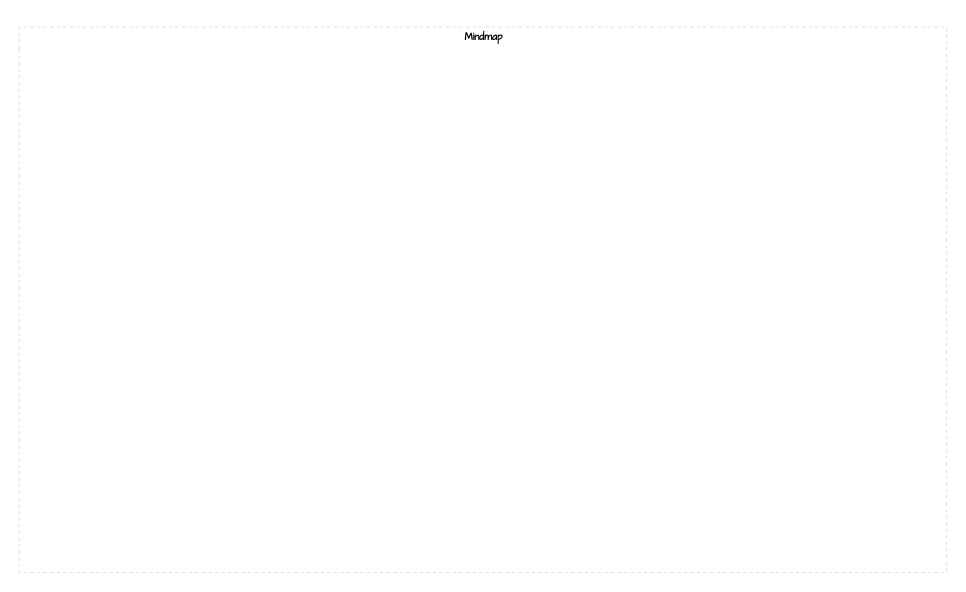
The draw.io diagram 99.drawio in wulihuawuqia/draw, before the edit. Source tidied: cells renumbered, new cells numbered last; positions are measured from the earlier drawing's top-left corner, leaving out a move shared by most shapes. Both pictures are drawn from the tidied source at 110%, with x=0, y=0 at pixel (19, 26). Pictures stored in the file or linked from it are replaced by grey dashed boxes.
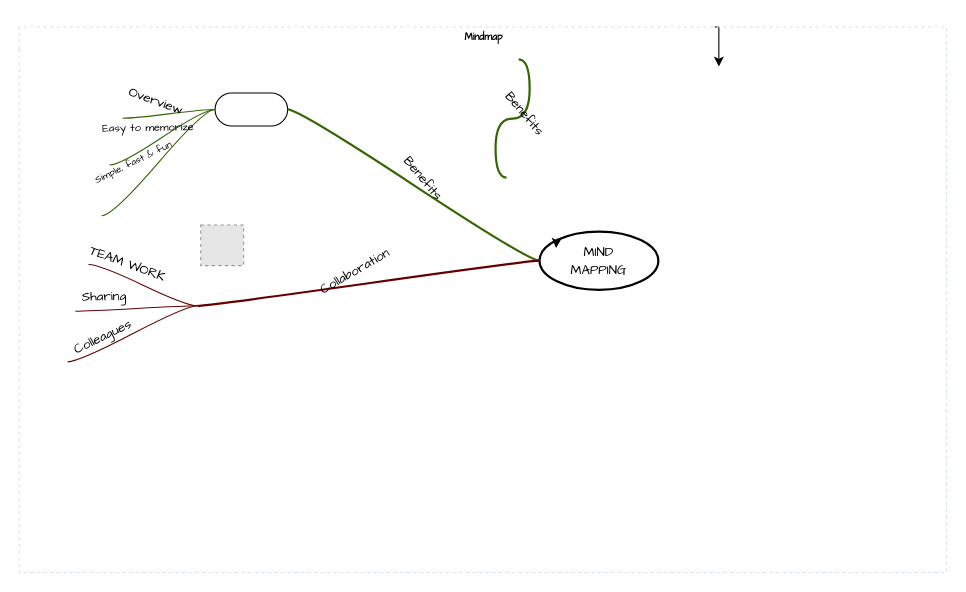
The same page after the edit.

Unchanged cells that the change refers to:
```xml
<mxCell id="2" value="Mindmap" style="swimlane;html=1;startSize=20;horizontal=1;containerType=tree;labelBackgroundColor=none;strokeColor=#D4E1F5;strokeWidth=1;fillColor=none;fontFamily=Comic Sans MS;fontSize=9;swimlaneLine=0;dashed=1;" parent="1" vertex="1">
  <mxGeometry width="843" height="496" as="geometry" />
</mxCell>
```

Diff of the diagram source:
```diff
@@
+    <mxCell id="4" style="edgeStyle=orthogonalEdgeStyle;rounded=0;jettySize=auto;html=1;exitX=0.75;exitY=0;exitDx=0;exitDy=0;" parent="1" edge="1" source="2">
+      <mxGeometry relative="1" as="geometry">
+        <mxPoint x="636" y="36" as="targetPoint" />
+      </mxGeometry>
+    </mxCell>
@@
+    <mxCell id="5" value="&lt;font face=&quot;Comic Sans MS&quot;&gt;MIND&lt;br&gt;MAPPING&lt;/font&gt;" style="ellipse;whiteSpace=wrap;html=1;align=center;strokeWidth=2;" parent="2" vertex="1">
+      <mxGeometry x="473" y="186" width="108" height="53" as="geometry" />
+    </mxCell>
+    <mxCell id="6" value="&lt;span style=&quot;white-space: pre;&quot;&gt;&#9;&lt;/span&gt;" style="whiteSpace=wrap;html=1;rounded=1;arcSize=50;align=center;verticalAlign=middle;strokeWidth=1;spacing=4;" parent="2" vertex="1">
+      <mxGeometry x="178" y="60" width="66" height="30" as="geometry" />
+    </mxCell>
+    <mxCell id="7" style="edgeStyle=entityRelationEdgeStyle;startArrow=none;endArrow=none;segment=10;curved=1;strokeWidth=2;strokeColor=#336600;rounded=0;fontSize=12;startSize=8;endSize=8;" parent="2" edge="1" source="5" target="6">
+      <mxGeometry relative="1" as="geometry" />
+    </mxCell>
+    <mxCell id="8" value="Benefits" style="text;html=1;align=center;verticalAlign=middle;labelBackgroundColor=none;rotation=50;fontFamily=Comic Sans MS;" parent="7" vertex="1">
+      <mxGeometry x="0.02" y="2" relative="1" as="geometry">
+        <mxPoint x="12" y="-7" as="offset" />
+      </mxGeometry>
+    </mxCell>
+    <mxCell id="9" style="whiteSpace=wrap;html=1;rounded=1;arcSize=50;align=center;verticalAlign=middle;strokeWidth=1;spacing=4;" parent="2" vertex="1">
+      <mxGeometry x="75" y="171" height="1" as="geometry" />
+    </mxCell>
+    <mxCell id="10" style="edgeStyle=entityRelationEdgeStyle;startArrow=none;endArrow=none;segment=10;curved=1;strokeColor=#336600;rounded=0;fontSize=12;startSize=8;endSize=8;" parent="2" edge="1" source="6" target="9">
+      <mxGeometry relative="1" as="geometry" />
+    </mxCell>
+    <mxCell id="11" value="Simple, fast &amp;amp; fun" style="text;html=1;align=center;verticalAlign=middle;labelBackgroundColor=none;fontFamily=Comic Sans MS;rotation=-26;fontSize=9;" parent="10" vertex="1">
+      <mxGeometry x="-0.11" y="-1" relative="1" as="geometry">
+        <mxPoint x="-27" y="7" as="offset" />
+      </mxGeometry>
+    </mxCell>
+    <mxCell id="12" style="whiteSpace=wrap;html=1;rounded=1;arcSize=50;align=center;verticalAlign=middle;strokeWidth=1;spacing=4;" parent="2" vertex="1">
+      <mxGeometry x="82" y="125" height="1" as="geometry" />
+    </mxCell>
+    <mxCell id="13" style="edgeStyle=entityRelationEdgeStyle;startArrow=none;endArrow=none;segment=10;curved=1;strokeColor=#336600;rounded=0;fontSize=12;startSize=8;endSize=8;" parent="2" edge="1" source="6" target="12">
+      <mxGeometry relative="1" as="geometry" />
+    </mxCell>
+    <mxCell id="14" value="Easy to memorize" style="text;html=1;align=center;verticalAlign=middle;labelBackgroundColor=none;fontFamily=Comic Sans MS;rotation=-1;fontSize=10;" parent="13" vertex="1">
+      <mxGeometry x="-0.11" y="-1" relative="1" as="geometry">
+        <mxPoint x="-18" y="-6" as="offset" />
+      </mxGeometry>
+    </mxCell>
+    <mxCell id="15" style="whiteSpace=wrap;html=1;rounded=1;arcSize=50;align=center;verticalAlign=middle;strokeWidth=1;spacing=4;" parent="2" vertex="1" collapsed="1">
+      <mxGeometry x="89" y="83" width="5" as="geometry" />
+    </mxCell>
+    <mxCell id="16" style="edgeStyle=entityRelationEdgeStyle;startArrow=none;endArrow=none;segment=10;curved=1;strokeColor=#336600;rounded=0;fontSize=12;startSize=8;endSize=8;" parent="2" edge="1" source="6" target="15">
+      <mxGeometry relative="1" as="geometry" />
+    </mxCell>
+    <mxCell id="17" value="Overview" style="text;html=1;align=center;verticalAlign=middle;labelBackgroundColor=none;fontFamily=Comic Sans MS;rotation=20;" parent="16" vertex="1">
+      <mxGeometry x="0.26" relative="1" as="geometry">
+        <mxPoint x="-2" y="-13" as="offset" />
+      </mxGeometry>
+    </mxCell>
-    <mxCell id="3" style="jumpStyle=arc;html=1;endArrow=classicThin;endFill=1;jettySize=auto;orthogonalLoop=1;strokeColor=none;strokeWidth=2;fontFamily=Comic Sans MS;fontSize=10;rounded=0;startSize=8;endSize=8;curved=1;" parent="2" edge="1">
+    <mxCell id="3" style="jumpStyle=arc;html=1;endArrow=classicThin;endFill=1;jettySize=auto;strokeColor=none;strokeWidth=2;fontFamily=Comic Sans MS;fontSize=10;rounded=0;startSize=8;endSize=8;curved=1;" parent="2" edge="1" source="6">
       <mxGeometry relative="1" as="geometry">
-        <mxPoint x="431.9" y="118.8" as="sourcePoint" />
-        <mxPoint x="303" y="119" as="targetPoint" />
+        <mxPoint x="172.1" y="102.2" as="targetPoint" />
       </mxGeometry>
     </mxCell>
+    <mxCell id="18" style="whiteSpace=wrap;html=1;rounded=1;arcSize=50;align=center;verticalAlign=middle;strokeWidth=1;spacing=4;" parent="2" vertex="1">
+      <mxGeometry x="162" y="253" height="1" as="geometry" />
+    </mxCell>
+    <mxCell id="19" style="edgeStyle=entityRelationEdgeStyle;startArrow=none;endArrow=none;segment=10;curved=1;strokeWidth=2;strokeColor=#660000;rounded=0;fontSize=12;startSize=8;endSize=8;" parent="2" edge="1" source="5" target="18">
+      <mxGeometry relative="1" as="geometry" />
+    </mxCell>
+    <mxCell id="20" value="Collaboration" style="text;html=1;align=center;verticalAlign=middle;labelBackgroundColor=none;rotation=-30;fontFamily=Comic Sans MS;" parent="19" vertex="1">
+      <mxGeometry x="0.02" y="2" relative="1" as="geometry">
+        <mxPoint x="-10" y="-13" as="offset" />
+      </mxGeometry>
+    </mxCell>
+    <mxCell id="21" style="whiteSpace=wrap;html=1;rounded=1;arcSize=50;align=center;verticalAlign=middle;strokeWidth=1;spacing=4;" parent="2" vertex="1">
+      <mxGeometry x="44" y="304" height="1" as="geometry" />
+    </mxCell>
+    <mxCell id="22" style="edgeStyle=entityRelationEdgeStyle;startArrow=none;endArrow=none;segment=10;curved=1;strokeColor=#660000;rounded=0;fontSize=12;startSize=8;endSize=8;" parent="2" edge="1" source="18" target="21">
+      <mxGeometry relative="1" as="geometry" />
+    </mxCell>
+    <mxCell id="23" value="Colleagues" style="text;html=1;align=center;verticalAlign=middle;labelBackgroundColor=none;fontFamily=Comic Sans MS;rotation=-26;fontSize=12;" parent="22" vertex="1">
+      <mxGeometry x="-0.11" y="-1" relative="1" as="geometry">
+        <mxPoint x="-34" y="8" as="offset" />
+      </mxGeometry>
+    </mxCell>
+    <mxCell id="24" style="whiteSpace=wrap;html=1;rounded=1;arcSize=50;align=center;verticalAlign=middle;strokeWidth=1;spacing=4;" parent="2" vertex="1">
+      <mxGeometry x="51" y="258" height="1" as="geometry" />
+    </mxCell>
+    <mxCell id="25" style="edgeStyle=entityRelationEdgeStyle;startArrow=none;endArrow=none;segment=10;curved=1;strokeColor=#660000;rounded=0;fontSize=12;startSize=8;endSize=8;" parent="2" edge="1" source="18" target="24">
+      <mxGeometry relative="1" as="geometry" />
+    </mxCell>
+    <mxCell id="26" value="Sharing" style="text;html=1;align=center;verticalAlign=middle;labelBackgroundColor=none;fontFamily=Comic Sans MS;rotation=-1;fontSize=12;" parent="25" vertex="1">
+      <mxGeometry x="-0.11" y="-1" relative="1" as="geometry">
+        <mxPoint x="-37" y="-9" as="offset" />
+      </mxGeometry>
+    </mxCell>
+    <mxCell id="27" style="whiteSpace=wrap;html=1;rounded=1;arcSize=50;align=center;verticalAlign=middle;strokeWidth=1;spacing=4;" parent="2" vertex="1" collapsed="1">
+      <mxGeometry x="58" y="216" width="5" as="geometry" />
+    </mxCell>
+    <mxCell id="28" style="edgeStyle=entityRelationEdgeStyle;startArrow=none;endArrow=none;segment=10;curved=1;strokeColor=#660000;rounded=0;fontSize=12;startSize=8;endSize=8;" parent="2" edge="1" source="18" target="27">
+      <mxGeometry relative="1" as="geometry" />
+    </mxCell>
+    <mxCell id="29" value="TEAM WORK" style="text;html=1;align=center;verticalAlign=middle;labelBackgroundColor=none;fontFamily=Comic Sans MS;rotation=20;" parent="28" vertex="1">
+      <mxGeometry x="0.26" relative="1" as="geometry">
+        <mxPoint x="-2" y="-13" as="offset" />
+      </mxGeometry>
+    </mxCell>
+    <mxCell id="30" style="fillColor=#E6E6E6;strokeColor=#999999;dashed=1;html=1;verticalAlign=top;verticalLabelPosition=bottom;labelBackgroundColor=#ffffff;fontFamily=Comic Sans MS;fontSize=12;fontColor=#000000;align=center;" parent="2" vertex="1">
+      <mxGeometry x="165" y="180" width="39" height="37" as="geometry" />
+    </mxCell>
+    <mxCell id="31" style="edgeStyle=none;jumpStyle=arc;html=1;entryX=0.5;entryY=1;entryPerimeter=0;endArrow=classicThin;endFill=1;jettySize=auto;strokeColor=none;strokeWidth=2;fontFamily=Comic Sans MS;fontSize=12;rounded=0;startSize=8;endSize=8;curved=1;" parent="2" edge="1" source="18" target="30">
+      <mxGeometry relative="1" as="geometry" />
+    </mxCell>
+    <mxCell id="32" style="edgeStyle=orthogonalEdgeStyle;rounded=0;orthogonalLoop=1;jettySize=auto;html=1;exitX=0;exitY=0;exitDx=0;exitDy=0;entryX=0.139;entryY=0.283;entryDx=0;entryDy=0;entryPerimeter=0;" parent="2" edge="1" source="5" target="5">
+      <mxGeometry relative="1" as="geometry" />
+    </mxCell>
+    <mxCell id="33" style="edgeStyle=entityRelationEdgeStyle;startArrow=none;endArrow=none;segment=10;curved=1;strokeWidth=2;strokeColor=#336600;rounded=0;fontSize=12;startSize=8;endSize=8;" parent="2" edge="1">
+      <mxGeometry relative="1" as="geometry">
+        <mxPoint x="454" y="29.5" as="sourcePoint" />
+        <mxPoint x="443" y="137" as="targetPoint" />
+      </mxGeometry>
+    </mxCell>
+    <mxCell id="34" value="Benefits" style="text;html=1;align=center;verticalAlign=middle;labelBackgroundColor=none;rotation=50;fontFamily=Comic Sans MS;" parent="33" vertex="1">
+      <mxGeometry x="0.02" y="2" relative="1" as="geometry">
+        <mxPoint x="12" y="-7" as="offset" />
+      </mxGeometry>
+    </mxCell>
+    <mxCell id="35" style="whiteSpace=wrap;html=1;rounded=1;arcSize=50;align=center;verticalAlign=middle;strokeWidth=1;spacing=4;" parent="2" vertex="1">
+      <mxGeometry x="233" y="182" height="1" as="geometry" />
+    </mxCell>
```
